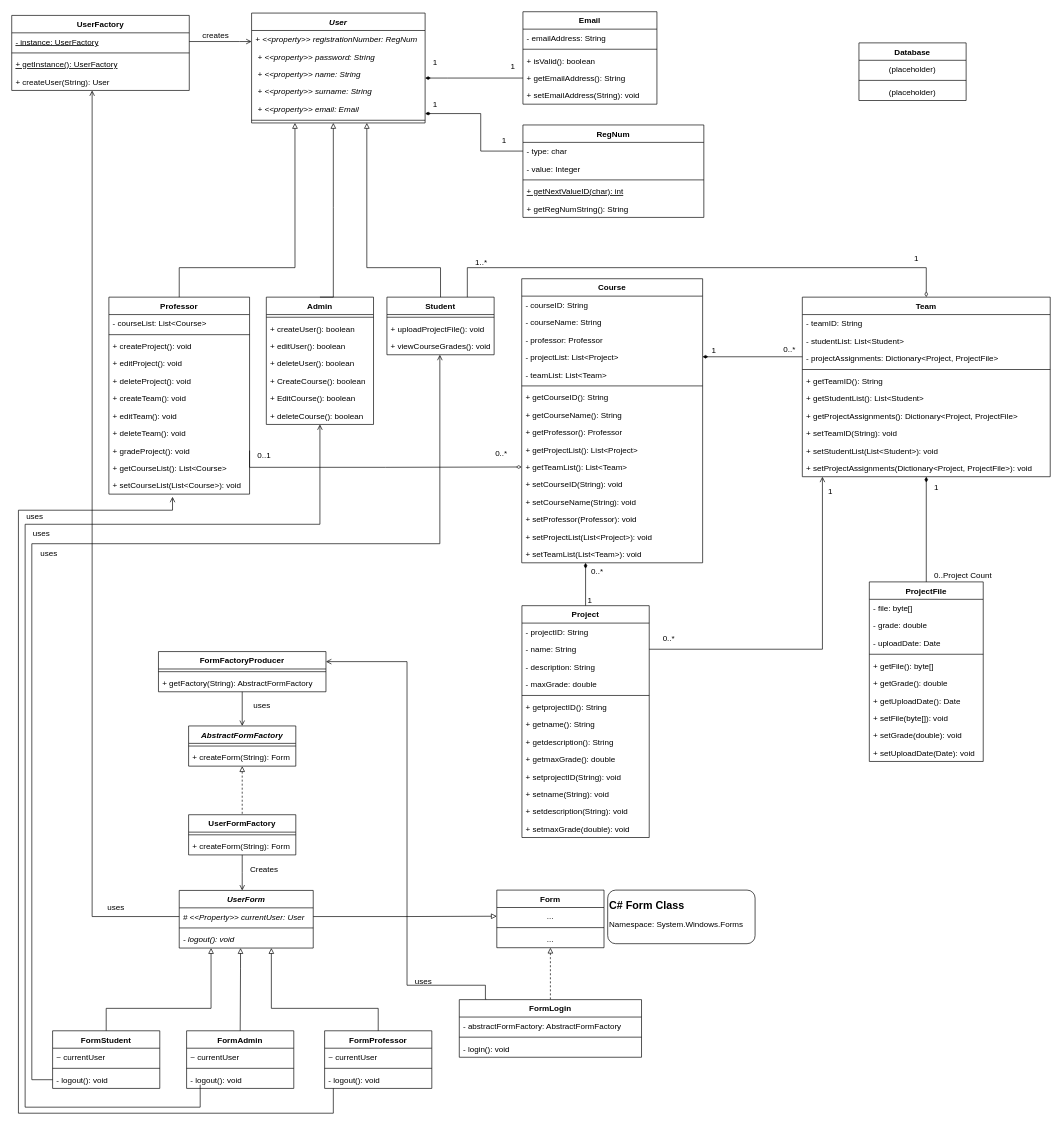
The draw.io diagram ClassDiagrams/ClassDiagram_v2.drawio in Syrko/E-ClassApplication, before the edit. Source tidied: cells renumbered, new cells numbered last; positions are measured from the earlier drawing's top-left corner, leaving out a move shared by most shapes. Both pictures are drawn from the tidied source at 67%, with x=0, y=0 at pixel (11, 11).
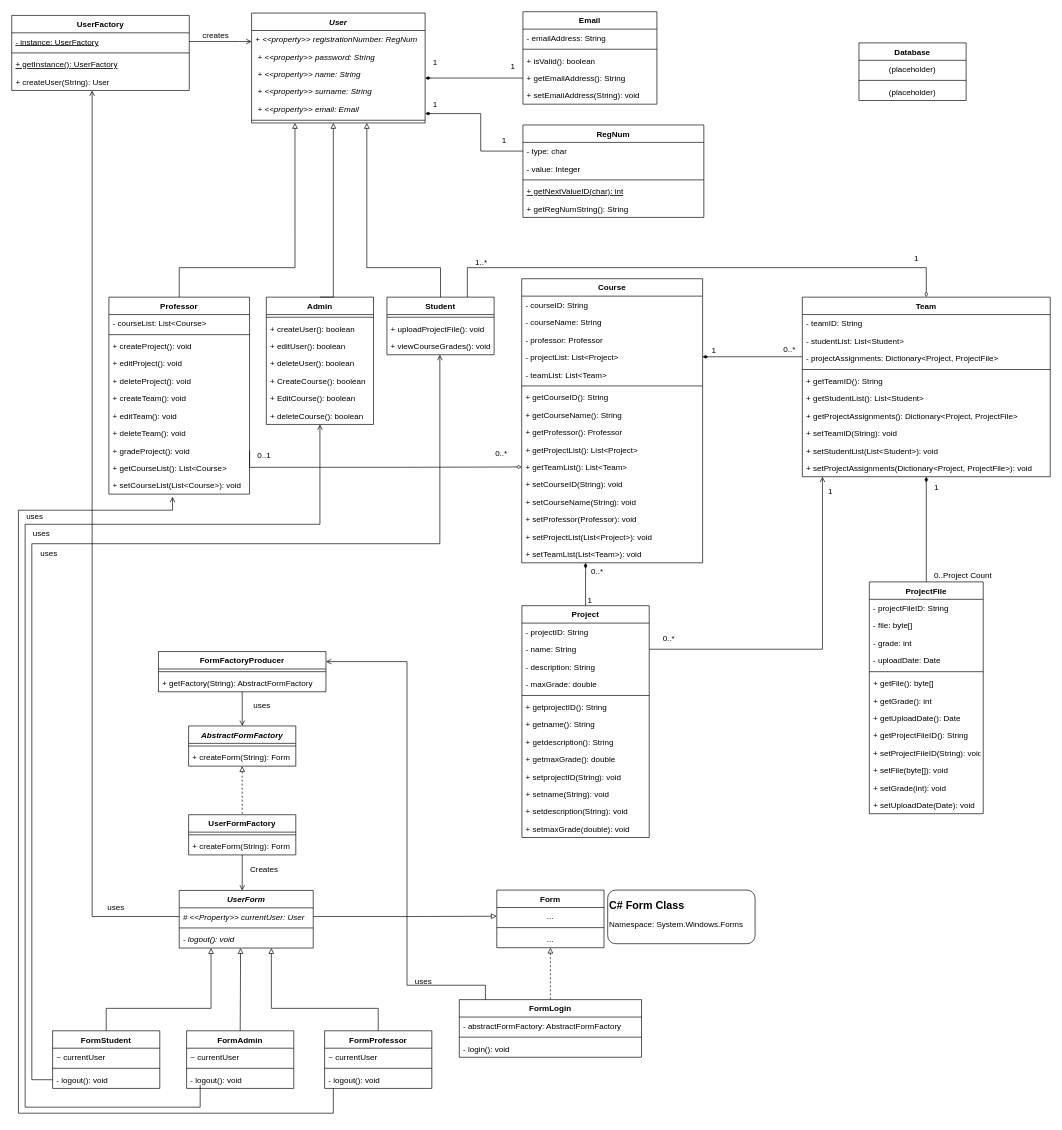
The same page after the edit.

Commit message:
Modified Class Diagram

What changed in the source:
```diff
@@
     <mxCell id="87" value="ProjectFile" style="swimlane;fontStyle=1;align=center;verticalAlign=top;horizontal=1;startSize=26;fillColor=none;" parent="1" vertex="1">
-      <mxGeometry x="1280" y="851" width="170" height="268" as="geometry" />
+      <mxGeometry x="1280" y="851" width="170" height="346" as="geometry" />
     </mxCell>
+    <mxCell id="200" value="- projectFileID: String" style="text;strokeColor=none;fillColor=none;align=left;verticalAlign=top;spacingLeft=4;spacingRight=4;overflow=hidden;" parent="87" vertex="1">
+      <mxGeometry y="26" width="170" height="26" as="geometry" />
+    </mxCell>
     <mxCell id="88" value="- file: byte[]" style="text;strokeColor=none;fillColor=none;align=left;verticalAlign=top;spacingLeft=4;spacingRight=4;overflow=hidden;" parent="87" vertex="1">
-      <mxGeometry y="26" width="170" height="26" as="geometry" />
+      <mxGeometry y="52" width="170" height="26" as="geometry" />
     </mxCell>
-    <mxCell id="89" value="- grade: double" style="text;strokeColor=none;fillColor=none;align=left;verticalAlign=top;spacingLeft=4;spacingRight=4;overflow=hidden;" parent="87" vertex="1">
-      <mxGeometry y="52" width="170" height="26" as="geometry" />
+    <mxCell id="89" value="- grade: int" style="text;strokeColor=none;fillColor=none;align=left;verticalAlign=top;spacingLeft=4;spacingRight=4;overflow=hidden;" parent="87" vertex="1">
+      <mxGeometry y="78" width="170" height="26" as="geometry" />
     </mxCell>
     <mxCell id="90" value="- uploadDate: Date" style="text;strokeColor=none;fillColor=none;align=left;verticalAlign=top;spacingLeft=4;spacingRight=4;overflow=hidden;" parent="87" vertex="1">
-      <mxGeometry y="78" width="170" height="26" as="geometry" />
+      <mxGeometry y="104" width="170" height="26" as="geometry" />
     </mxCell>
     <mxCell id="91" style="line;strokeWidth=1;fillColor=none;align=left;verticalAlign=middle;spacingTop=-1;spacingLeft=3;spacingRight=3;labelPosition=right;" parent="87" vertex="1">
-      <mxGeometry y="104" width="170" height="8" as="geometry" />
+      <mxGeometry y="130" width="170" height="8" as="geometry" />
     </mxCell>
     <mxCell id="92" value="+ getFile(): byte[]" style="text;strokeColor=none;fillColor=none;align=left;verticalAlign=top;spacingLeft=4;spacingRight=4;overflow=hidden;" parent="87" vertex="1">
-      <mxGeometry y="112" width="170" height="26" as="geometry" />
+      <mxGeometry y="138" width="170" height="26" as="geometry" />
     </mxCell>
-    <mxCell id="93" value="+ getGrade(): double" style="text;strokeColor=none;fillColor=none;align=left;verticalAlign=top;spacingLeft=4;spacingRight=4;overflow=hidden;" parent="87" vertex="1">
-      <mxGeometry y="138" width="170" height="26" as="geometry" />
+    <mxCell id="93" value="+ getGrade(): int" style="text;strokeColor=none;fillColor=none;align=left;verticalAlign=top;spacingLeft=4;spacingRight=4;overflow=hidden;" parent="87" vertex="1">
+      <mxGeometry y="164" width="170" height="26" as="geometry" />
     </mxCell>
     <mxCell id="94" value="+ getUploadDate(): Date" style="text;strokeColor=none;fillColor=none;align=left;verticalAlign=top;spacingLeft=4;spacingRight=4;overflow=hidden;" parent="87" vertex="1">
-      <mxGeometry y="164" width="170" height="26" as="geometry" />
+      <mxGeometry y="190" width="170" height="26" as="geometry" />
     </mxCell>
+    <mxCell id="201" value="+ getProjectFileID(): String" style="text;strokeColor=none;fillColor=none;align=left;verticalAlign=top;spacingLeft=4;spacingRight=4;overflow=hidden;" parent="87" vertex="1">
+      <mxGeometry y="216" width="170" height="26" as="geometry" />
+    </mxCell>
-    <mxCell id="95" value="+ setFile(byte[]): void&#10;" style="text;strokeColor=none;fillColor=none;align=left;verticalAlign=top;spacingLeft=4;spacingRight=4;overflow=hidden;" parent="87" vertex="1">
-      <mxGeometry y="190" width="170" height="26" as="geometry" />
+    <mxCell id="95" value="+ setProjectFileID(String): void&#10;" style="text;strokeColor=none;fillColor=none;align=left;verticalAlign=top;spacingLeft=4;spacingRight=4;overflow=hidden;" parent="87" vertex="1">
+      <mxGeometry y="242" width="170" height="26" as="geometry" />
     </mxCell>
+    <mxCell id="202" value="+ setFile(byte[]): void&#10;" style="text;strokeColor=none;fillColor=none;align=left;verticalAlign=top;spacingLeft=4;spacingRight=4;overflow=hidden;" parent="87" vertex="1">
+      <mxGeometry y="268" width="170" height="26" as="geometry" />
+    </mxCell>
-    <mxCell id="96" value="+ setGrade(double): void&#10;" style="text;strokeColor=none;fillColor=none;align=left;verticalAlign=top;spacingLeft=4;spacingRight=4;overflow=hidden;" parent="87" vertex="1">
-      <mxGeometry y="216" width="170" height="26" as="geometry" />
+    <mxCell id="96" value="+ setGrade(int): void&#10;" style="text;strokeColor=none;fillColor=none;align=left;verticalAlign=top;spacingLeft=4;spacingRight=4;overflow=hidden;" parent="87" vertex="1">
+      <mxGeometry y="294" width="170" height="26" as="geometry" />
     </mxCell>
     <mxCell id="97" value="+ setUploadDate(Date): void&#10;" style="text;strokeColor=none;fillColor=none;align=left;verticalAlign=top;spacingLeft=4;spacingRight=4;overflow=hidden;" parent="87" vertex="1">
-      <mxGeometry y="242" width="170" height="26" as="geometry" />
+      <mxGeometry y="320" width="170" height="26" as="geometry" />
     </mxCell>
```
